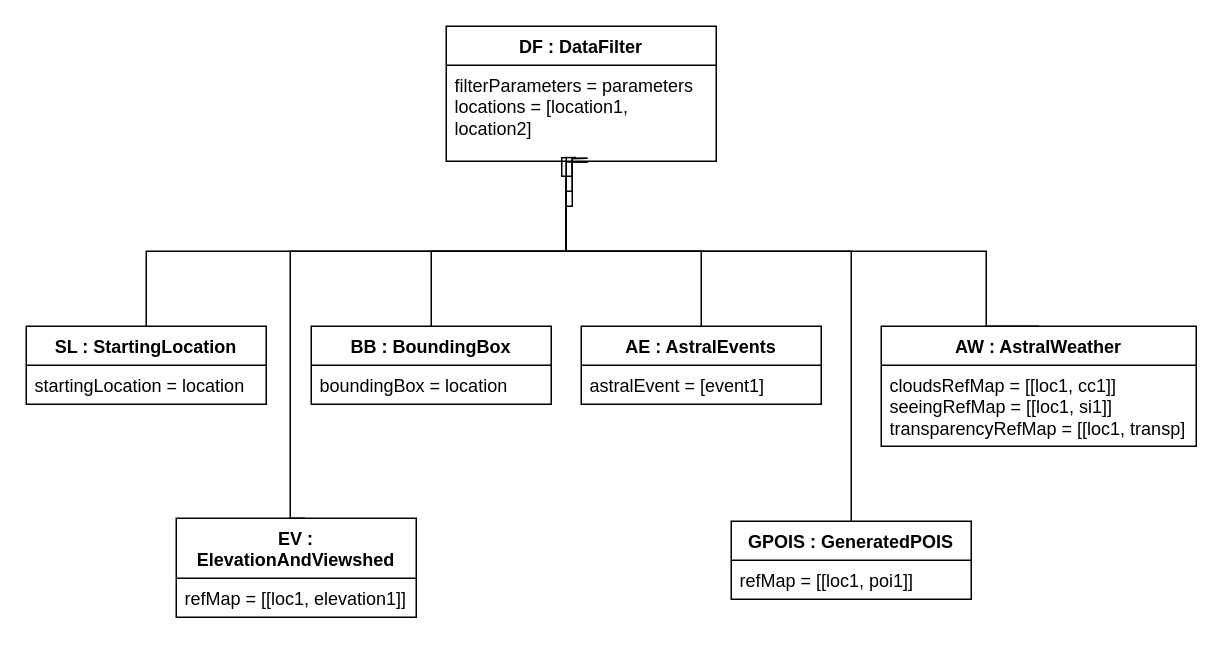
The draw.io diagram UML/DrawIO/ObjectDiagram.drawio in ALEEF02/PrecisionLocationProcessor, before the edit. Source tidied: cells renumbered, new cells numbered last; positions are measured from the earlier drawing's top-left corner, leaving out a move shared by most shapes. Both pictures are drawn from the tidied source at 150%, with x=0, y=0 at pixel (26, 26).
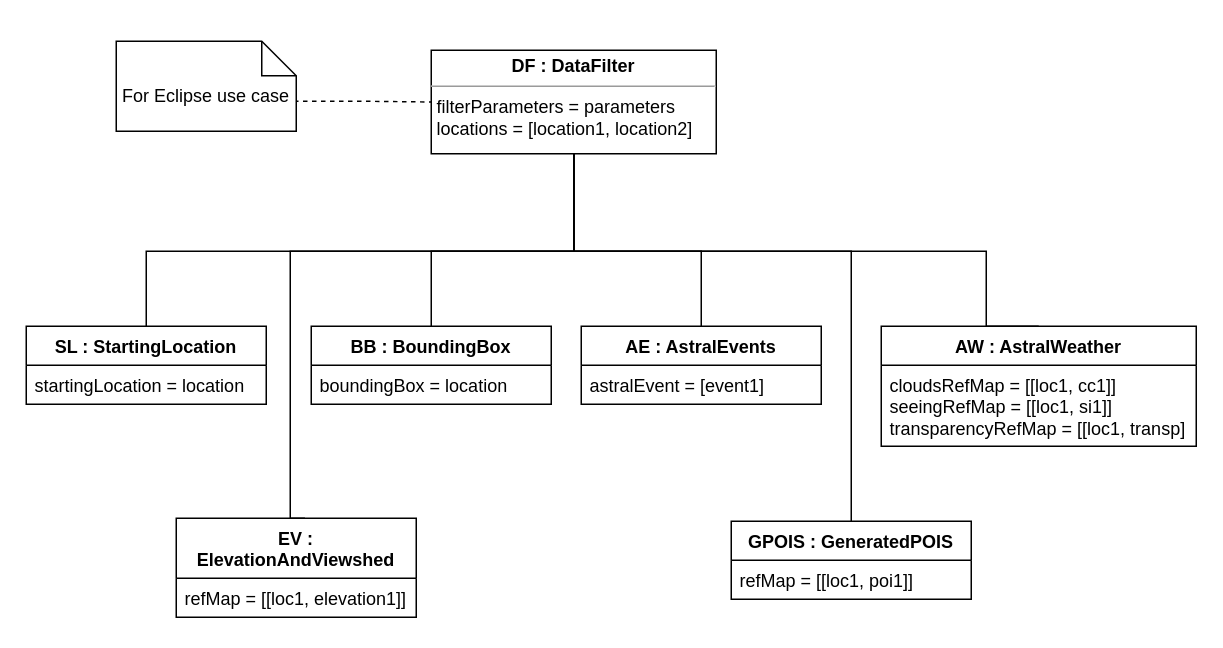
Above is the later version.

Commit message:
Add note about Eclipse UseCase

Unchanged cells that the change refers to:
```xml
<mxCell id="4" value="SL : StartingLocation" style="swimlane;fontStyle=1;align=center;verticalAlign=top;horizontal=1;startSize=26;whiteSpace=wrap;html=1;" parent="1" vertex="1">
  <mxGeometry y="200" width="160" height="52" as="geometry" />
</mxCell>
<mxCell id="6" value="BB : BoundingBox" style="swimlane;fontStyle=1;align=center;verticalAlign=top;horizontal=1;startSize=26;whiteSpace=wrap;html=1;" parent="1" vertex="1">
  <mxGeometry x="190" y="200" width="160" height="52" as="geometry" />
</mxCell>
<mxCell id="8" value="AE : AstralEvents" style="swimlane;fontStyle=1;align=center;verticalAlign=top;horizontal=1;startSize=26;whiteSpace=wrap;html=1;" parent="1" vertex="1">
  <mxGeometry x="370" y="200" width="160" height="52" as="geometry" />
</mxCell>
<mxCell id="10" value="AW : AstralWeather" style="swimlane;fontStyle=1;align=center;verticalAlign=top;horizontal=1;startSize=26;whiteSpace=wrap;html=1;" parent="1" vertex="1">
  <mxGeometry x="570" y="200" width="210" height="80" as="geometry" />
</mxCell>
<mxCell id="14" value="GPOIS : GeneratedPOIS" style="swimlane;fontStyle=1;align=center;verticalAlign=top;horizontal=1;startSize=26;whiteSpace=wrap;html=1;" parent="1" vertex="1">
  <mxGeometry x="470" y="330" width="160" height="52" as="geometry" />
</mxCell>
```

What changed in the source:
```diff
@@
-    <mxCell id="2" value="DF : DataFilter" style="swimlane;fontStyle=1;align=center;verticalAlign=top;horizontal=1;startSize=26;whiteSpace=wrap;html=1;" parent="1" vertex="1">
-      <mxGeometry x="280" width="180" height="90" as="geometry" />
-    </mxCell>
-    <mxCell id="3" value="filterParameters = parameters&lt;br&gt;locations = [location1, location2]" style="text;strokeColor=none;fillColor=none;align=left;verticalAlign=top;spacingLeft=4;spacingRight=4;overflow=hidden;points=[[0,0.5],[1,0.5]];portConstraint=eastwest;whiteSpace=wrap;html=1;" parent="2" vertex="1">
-      <mxGeometry y="26" width="180" height="64" as="geometry" />
-    </mxCell>
@@
-    <mxCell id="16" style="edgeStyle=orthogonalEdgeStyle;rounded=0;jettySize=auto;html=1;exitX=0.5;exitY=0;exitDx=0;exitDy=0;entryX=0.523;entryY=1.008;entryDx=0;entryDy=0;entryPerimeter=0;endArrow=none;endFill=0;" parent="1" edge="1" source="4" target="3">
+    <mxCell id="16" style="edgeStyle=orthogonalEdgeStyle;rounded=0;jettySize=auto;html=1;exitX=0.5;exitY=0;exitDx=0;exitDy=0;endArrow=none;endFill=0;entryX=0.5;entryY=1;entryDx=0;entryDy=0;" parent="1" edge="1" source="4" target="24">
       <mxGeometry relative="1" as="geometry">
         <Array as="points">
           <mxPoint x="80" y="150" />
-          <mxPoint x="360" y="150" />
-          <mxPoint x="360" y="110" />
-          <mxPoint x="364" y="110" />
+          <mxPoint x="365" y="150" />
         </Array>
       </mxGeometry>
     </mxCell>
-    <mxCell id="17" style="edgeStyle=orthogonalEdgeStyle;rounded=0;jettySize=auto;html=1;exitX=0.5;exitY=0;exitDx=0;exitDy=0;entryX=0.523;entryY=0.97;entryDx=0;entryDy=0;entryPerimeter=0;endArrow=none;endFill=0;" parent="1" edge="1" source="6" target="3">
+    <mxCell id="17" style="edgeStyle=orthogonalEdgeStyle;rounded=0;jettySize=auto;html=1;exitX=0.5;exitY=0;exitDx=0;exitDy=0;endArrow=none;endFill=0;entryX=0.5;entryY=1;entryDx=0;entryDy=0;" parent="1" edge="1" source="6" target="24">
       <mxGeometry relative="1" as="geometry">
         <Array as="points">
           <mxPoint x="270" y="150" />
-          <mxPoint x="360" y="150" />
-          <mxPoint x="360" y="100" />
-          <mxPoint x="364" y="100" />
+          <mxPoint x="365" y="150" />
         </Array>
       </mxGeometry>
     </mxCell>
-    <mxCell id="18" style="edgeStyle=orthogonalEdgeStyle;rounded=0;jettySize=auto;html=1;exitX=0.5;exitY=0;exitDx=0;exitDy=0;entryX=0.523;entryY=0.97;entryDx=0;entryDy=0;entryPerimeter=0;endArrow=none;endFill=0;" parent="1" edge="1" source="8" target="3">
+    <mxCell id="18" style="edgeStyle=orthogonalEdgeStyle;rounded=0;jettySize=auto;html=1;exitX=0.5;exitY=0;exitDx=0;exitDy=0;endArrow=none;endFill=0;entryX=0.5;entryY=1;entryDx=0;entryDy=0;" parent="1" edge="1" source="8" target="24">
       <mxGeometry relative="1" as="geometry">
         <Array as="points">
           <mxPoint x="450" y="150" />
-          <mxPoint x="360" y="150" />
-          <mxPoint x="360" y="120" />
-          <mxPoint x="364" y="120" />
+          <mxPoint x="365" y="150" />
         </Array>
       </mxGeometry>
     </mxCell>
-    <mxCell id="19" style="edgeStyle=orthogonalEdgeStyle;rounded=0;jettySize=auto;html=1;exitX=0.5;exitY=0;exitDx=0;exitDy=0;entryX=0.526;entryY=1.008;entryDx=0;entryDy=0;entryPerimeter=0;endArrow=none;endFill=0;" parent="1" edge="1" source="10" target="3">
+    <mxCell id="19" style="edgeStyle=orthogonalEdgeStyle;rounded=0;jettySize=auto;html=1;exitX=0.5;exitY=0;exitDx=0;exitDy=0;endArrow=none;endFill=0;entryX=0.5;entryY=1;entryDx=0;entryDy=0;" parent="1" edge="1" source="10" target="24">
       <mxGeometry relative="1" as="geometry">
         <Array as="points">
           <mxPoint x="640" y="200" />
           <mxPoint x="640" y="150" />
-          <mxPoint x="360" y="150" />
-          <mxPoint x="360" y="91" />
+          <mxPoint x="365" y="150" />
         </Array>
       </mxGeometry>
     </mxCell>
-    <mxCell id="20" style="edgeStyle=orthogonalEdgeStyle;rounded=0;orthogonalLoop=1;jettySize=auto;html=1;exitX=0.5;exitY=0;exitDx=0;exitDy=0;endArrow=none;endFill=0;" parent="1" edge="1">
+    <mxCell id="20" style="edgeStyle=orthogonalEdgeStyle;rounded=0;jettySize=auto;html=1;exitX=0.5;exitY=0;exitDx=0;exitDy=0;endArrow=none;endFill=0;entryX=0.5;entryY=1;entryDx=0;entryDy=0;" parent="1" edge="1" target="24">
       <mxGeometry relative="1" as="geometry">
         <mxPoint x="185.8" y="328" as="sourcePoint" />
-        <mxPoint x="360" y="90" as="targetPoint" />
         <Array as="points">
           <mxPoint x="176" y="328" />
           <mxPoint x="176" y="150" />
-          <mxPoint x="360" y="150" />
-          <mxPoint x="360" y="87" />
+          <mxPoint x="365" y="150" />
         </Array>
       </mxGeometry>
     </mxCell>
-    <mxCell id="21" style="edgeStyle=orthogonalEdgeStyle;rounded=0;jettySize=auto;html=1;exitX=0.5;exitY=0;exitDx=0;exitDy=0;entryX=0.481;entryY=0.962;entryDx=0;entryDy=0;entryPerimeter=0;endArrow=none;endFill=0;" parent="1" edge="1" source="14" target="3">
+    <mxCell id="21" style="edgeStyle=orthogonalEdgeStyle;rounded=0;jettySize=auto;html=1;exitX=0.5;exitY=0;exitDx=0;exitDy=0;endArrow=none;endFill=0;entryX=0.5;entryY=1;entryDx=0;entryDy=0;" parent="1" edge="1" source="14" target="24">
       <mxGeometry relative="1" as="geometry">
         <Array as="points">
           <mxPoint x="550" y="150" />
-          <mxPoint x="360" y="150" />
-          <mxPoint x="360" y="100" />
-          <mxPoint x="357" y="100" />
+          <mxPoint x="365" y="150" />
         </Array>
       </mxGeometry>
     </mxCell>
+    <mxCell id="22" style="edgeStyle=orthogonalEdgeStyle;rounded=0;jettySize=auto;html=1;exitX=0;exitY=0;exitDx=120;exitDy=41.5;exitPerimeter=0;endArrow=none;endFill=0;dashed=1;entryX=0;entryY=0.5;entryDx=0;entryDy=0;" parent="1" edge="1" source="23" target="24">
+      <mxGeometry relative="1" as="geometry">
+        <Array as="points">
+          <mxPoint x="180" y="50" />
+          <mxPoint x="225" y="50" />
+        </Array>
+      </mxGeometry>
+    </mxCell>
+    <mxCell id="23" value="For Eclipse use case" style="shape=note2;boundedLbl=1;whiteSpace=wrap;html=1;size=23;verticalAlign=top;align=center;" parent="1" vertex="1">
+      <mxGeometry x="60" y="10" width="120" height="60" as="geometry" />
+    </mxCell>
+    <mxCell id="24" value="&lt;p style=&quot;margin:0px;margin-top:4px;text-align:center;&quot;&gt;&lt;b style=&quot;border-color: var(--border-color);&quot;&gt;DF : DataFilter&lt;/b&gt;&lt;/p&gt;&lt;hr size=&quot;1&quot;&gt;&lt;p style=&quot;margin:0px;margin-left:4px;&quot;&gt;filterParameters = parameters&lt;br style=&quot;border-color: var(--border-color);&quot;&gt;locations = [location1, location2]&lt;br&gt;&lt;/p&gt;" style="verticalAlign=top;align=left;overflow=fill;fontSize=12;fontFamily=Helvetica;html=1;whiteSpace=wrap;" parent="1" vertex="1">
+      <mxGeometry x="270" y="16" width="190" height="69" as="geometry" />
+    </mxCell>
```
